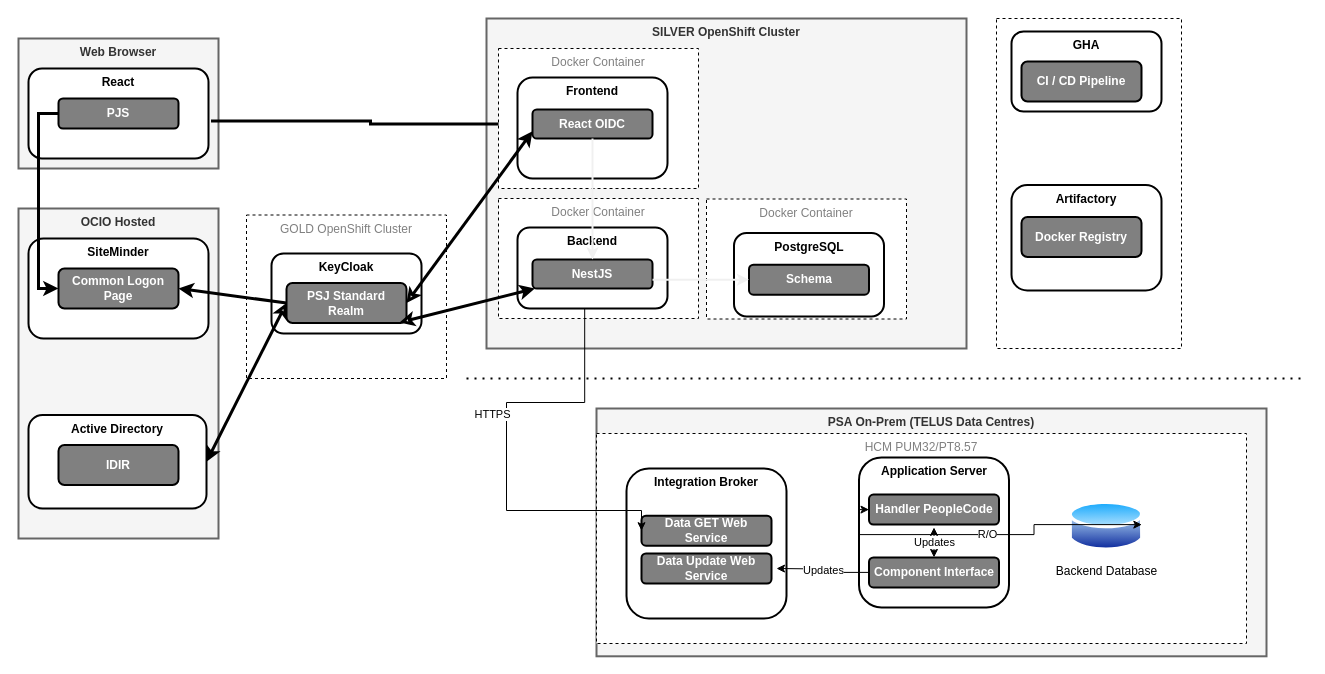
The draw.io diagram page "Current State (2023)" (1 of 7) of docs/architecture/architecture.drawio in bcgov/psa-job-store, before the edit. Source tidied: cells renumbered, new cells numbered last; positions are measured from the earlier drawing's top-left corner, leaving out a move shared by most shapes. Both pictures are drawn from the tidied source at 100%, with x=0, y=0 at pixel (18, 18).
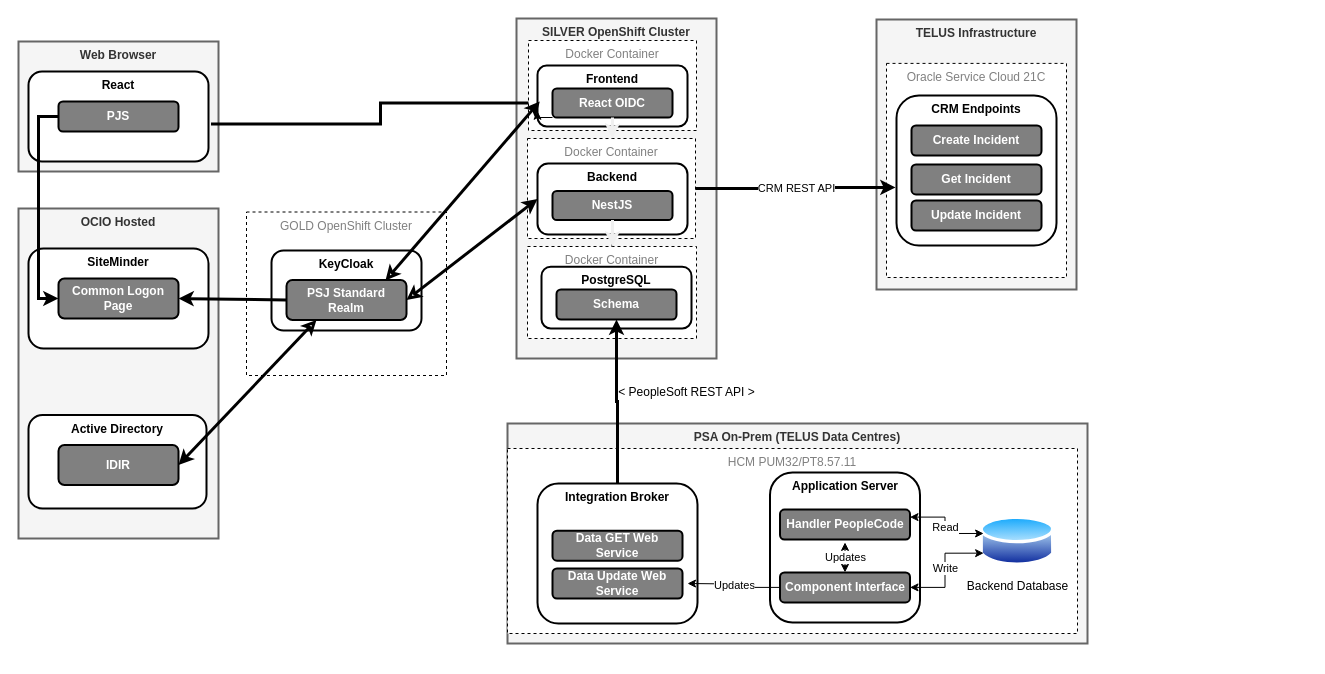
The same diagram, later.

The change refers to these unchanged cells:
```xml
<mxCell id="17" value="Active Directory" style="rounded=1;whiteSpace=wrap;html=1;strokeWidth=2;verticalAlign=top;fontStyle=1;" parent="1" vertex="1">
  <mxGeometry x="10" y="396.5" width="178" height="93.5" as="geometry" />
</mxCell>
<mxCell id="18" value="IDIR" style="rounded=1;whiteSpace=wrap;html=1;strokeWidth=2;fillColor=#808080;fontColor=#FFFFFF;fontStyle=1;" parent="1" vertex="1">
  <mxGeometry x="40" y="426.5" width="120" height="40" as="geometry" />
</mxCell>
```

The edit, as a diff of the source:
```diff
@@
-    <mxCell id="2" style="rounded=0;whiteSpace=wrap;html=1;strokeWidth=1;fillColor=#FFFFFF;fontColor=#808080;dashed=1;verticalAlign=top;" parent="1" vertex="1">
-      <mxGeometry x="978" width="185" height="330" as="geometry" />
-    </mxCell>
+    <mxCell id="51" value="TELUS Infrastructure" style="rounded=0;whiteSpace=wrap;html=1;verticalAlign=top;fillColor=#f5f5f5;strokeColor=#666666;fontColor=#333333;strokeWidth=2;fontStyle=1;" parent="1" vertex="1">
+      <mxGeometry x="858" y="1" width="200" height="270" as="geometry" />
+    </mxCell>
     <mxCell id="3" value="Web Browser" style="rounded=0;whiteSpace=wrap;html=1;verticalAlign=top;fillColor=#f5f5f5;strokeColor=#666666;fontColor=#333333;strokeWidth=2;fontStyle=1;" parent="1" vertex="1">
-      <mxGeometry y="20" width="200" height="130" as="geometry" />
+      <mxGeometry y="23" width="200" height="130" as="geometry" />
     </mxCell>
     <mxCell id="4" value="React" style="rounded=1;whiteSpace=wrap;html=1;strokeWidth=2;verticalAlign=top;fontStyle=1;" parent="1" vertex="1">
-      <mxGeometry x="10" y="50" width="180" height="90" as="geometry" />
+      <mxGeometry x="10" y="53" width="180" height="90" as="geometry" />
     </mxCell>
     <mxCell id="5" value="PJS" style="rounded=1;whiteSpace=wrap;html=1;strokeWidth=2;fillColor=#808080;fontColor=#FFFFFF;fontStyle=1;" parent="1" vertex="1">
-      <mxGeometry x="40" y="80" width="120" height="30" as="geometry" />
+      <mxGeometry x="40" y="83" width="120" height="30" as="geometry" />
     </mxCell>
@@
     <mxCell id="7" value="SiteMinder" style="rounded=1;whiteSpace=wrap;html=1;strokeWidth=2;verticalAlign=top;fontStyle=1;" parent="1" vertex="1">
-      <mxGeometry x="10" y="220" width="180" height="100" as="geometry" />
+      <mxGeometry x="10" y="230" width="180" height="100" as="geometry" />
     </mxCell>
     <mxCell id="8" value="Common Logon Page" style="rounded=1;whiteSpace=wrap;html=1;strokeWidth=2;fillColor=#808080;fontColor=#FFFFFF;fontStyle=1;" parent="1" vertex="1">
-      <mxGeometry x="40" y="250" width="120" height="40" as="geometry" />
+      <mxGeometry x="40" y="260" width="120" height="40" as="geometry" />
     </mxCell>
@@
     <mxCell id="10" value="SILVER OpenShift Cluster" style="rounded=0;whiteSpace=wrap;html=1;verticalAlign=top;fillColor=#f5f5f5;strokeColor=#666666;fontColor=#333333;strokeWidth=2;fontStyle=1;" parent="1" vertex="1">
-      <mxGeometry x="468" width="480" height="330" as="geometry" />
+      <mxGeometry x="498" width="200" height="340" as="geometry" />
     </mxCell>
@@
     <mxCell id="12" value="GOLD OpenShift Cluster" style="rounded=0;whiteSpace=wrap;html=1;strokeWidth=1;fillColor=#FFFFFF;fontColor=#808080;dashed=1;verticalAlign=top;" parent="1" vertex="1">
-      <mxGeometry x="228" y="196.5" width="200" height="163.5" as="geometry" />
+      <mxGeometry x="228" y="193.5" width="200" height="163.5" as="geometry" />
     </mxCell>
     <mxCell id="13" value="KeyCloak" style="rounded=1;whiteSpace=wrap;html=1;strokeWidth=2;verticalAlign=top;fontStyle=1;" parent="1" vertex="1">
-      <mxGeometry x="253" y="235" width="150" height="80" as="geometry" />
+      <mxGeometry x="253" y="232" width="150" height="80" as="geometry" />
     </mxCell>
@@
     <mxCell id="15" value="PSJ Standard&lt;br&gt;Realm" style="rounded=1;whiteSpace=wrap;html=1;strokeWidth=2;fillColor=#808080;fontColor=#FFFFFF;fontStyle=1;" parent="1" vertex="1">
-      <mxGeometry x="268" y="264.5" width="120" height="40" as="geometry" />
+      <mxGeometry x="268" y="261.5" width="120" height="40" as="geometry" />
     </mxCell>
     <mxCell id="16" value="Docker Container" style="rounded=0;whiteSpace=wrap;html=1;strokeWidth=1;fillColor=#FFFFFF;fontColor=#808080;dashed=1;verticalAlign=top;" parent="1" vertex="1">
-      <mxGeometry x="480" y="30" width="200" height="140" as="geometry" />
+      <mxGeometry x="510" y="22" width="168" height="90" as="geometry" />
     </mxCell>
@@
-    <mxCell id="19" style="rounded=0;jettySize=auto;html=1;startArrow=classic;startFill=1;endArrow=classic;endFill=0;fontColor=#FFFFFF;entryX=0;entryY=0.5;entryDx=0;entryDy=0;strokeWidth=3;exitX=1;exitY=0.5;exitDx=0;exitDy=0;" parent="1" edge="1" source="17" target="15">
+    <mxCell id="19" style="rounded=0;jettySize=auto;html=1;startArrow=classic;startFill=1;endArrow=classic;endFill=0;fontColor=#FFFFFF;entryX=0.25;entryY=1;entryDx=0;entryDy=0;strokeWidth=3;exitX=1;exitY=0.5;exitDx=0;exitDy=0;" parent="1" edge="1" source="18" target="15">
       <mxGeometry relative="1" as="geometry" />
     </mxCell>
-    <mxCell id="20" value="GHA" style="rounded=1;whiteSpace=wrap;html=1;strokeWidth=2;verticalAlign=top;fontStyle=1;" parent="1" vertex="1">
-      <mxGeometry x="993" y="13" width="150" height="80" as="geometry" />
-    </mxCell>
-    <mxCell id="21" value="CI / CD Pipeline" style="rounded=1;whiteSpace=wrap;html=1;strokeWidth=2;fillColor=#808080;fontColor=#FFFFFF;fontStyle=1;" parent="1" vertex="1">
-      <mxGeometry x="1003" y="43" width="120" height="40" as="geometry" />
-    </mxCell>
     <mxCell id="22" value="Frontend" style="rounded=1;whiteSpace=wrap;html=1;strokeWidth=2;verticalAlign=top;fontStyle=1;" parent="1" vertex="1">
-      <mxGeometry x="499" y="59" width="150" height="101" as="geometry" />
+      <mxGeometry x="519" y="47" width="150" height="61" as="geometry" />
     </mxCell>
+    <mxCell id="52" style="edgeStyle=orthogonalEdgeStyle;rounded=0;jettySize=auto;html=1;exitX=0;exitY=1;exitDx=0;exitDy=0;entryX=0;entryY=0.75;entryDx=0;entryDy=0;" parent="1" edge="1" source="23" target="22">
+      <mxGeometry relative="1" as="geometry" />
+    </mxCell>
     <mxCell id="23" value="React OIDC" style="rounded=1;whiteSpace=wrap;html=1;strokeWidth=2;fillColor=#808080;fontColor=#FFFFFF;fontStyle=1;" parent="1" vertex="1">
-      <mxGeometry x="514" y="91" width="120" height="29" as="geometry" />
+      <mxGeometry x="534" y="70" width="120" height="29" as="geometry" />
     </mxCell>
-    <mxCell id="24" style="rounded=0;jettySize=auto;html=1;startArrow=classic;startFill=none;endArrow=classic;endFill=0;fontColor=#FFFFFF;entryX=1;entryY=0.5;entryDx=0;entryDy=0;strokeWidth=3;exitX=0;exitY=0.75;exitDx=0;exitDy=0;" parent="1" edge="1" source="23" target="15">
+    <mxCell id="24" style="rounded=0;jettySize=auto;html=1;startArrow=classic;startFill=none;endArrow=classic;endFill=0;fontColor=#FFFFFF;entryX=0.825;entryY=0.013;entryDx=0;entryDy=0;strokeWidth=3;exitX=0.015;exitY=0.59;exitDx=0;exitDy=0;entryPerimeter=0;exitPerimeter=0;" parent="1" edge="1" source="22" target="15">
       <mxGeometry relative="1" as="geometry" />
     </mxCell>
-    <mxCell id="25" style="edgeStyle=orthogonalEdgeStyle;rounded=0;jettySize=auto;html=1;entryX=0.5;entryY=1;entryDx=0;entryDy=0;" parent="1" edge="1" target="28">
-      <mxGeometry relative="1" as="geometry">
-        <mxPoint x="789.5" y="209.5" as="sourcePoint" />
-      </mxGeometry>
-    </mxCell>
+    <mxCell id="53" style="edgeStyle=orthogonalEdgeStyle;rounded=0;jettySize=auto;html=1;" parent="1" edge="1" source="26" target="33">
+      <mxGeometry relative="1" as="geometry" />
+    </mxCell>
     <mxCell id="26" value="Docker Container" style="rounded=0;whiteSpace=wrap;html=1;strokeWidth=1;fillColor=#FFFFFF;fontColor=#808080;dashed=1;verticalAlign=top;" parent="1" vertex="1">
-      <mxGeometry x="688" y="180.5" width="200" height="120" as="geometry" />
+      <mxGeometry x="509" y="228" width="169" height="92" as="geometry" />
     </mxCell>
     <mxCell id="27" value="PostgreSQL" style="rounded=1;whiteSpace=wrap;html=1;strokeWidth=2;verticalAlign=top;fontStyle=1;" parent="1" vertex="1">
-      <mxGeometry x="715.5" y="214.5" width="150" height="83.5" as="geometry" />
+      <mxGeometry x="523" y="248.2" width="150" height="61.8" as="geometry" />
     </mxCell>
     <mxCell id="28" value="Schema" style="rounded=1;whiteSpace=wrap;html=1;strokeWidth=2;fillColor=#808080;fontColor=#FFFFFF;fontStyle=1;" parent="1" vertex="1">
-      <mxGeometry x="730.5" y="246.2" width="120" height="30" as="geometry" />
+      <mxGeometry x="538" y="271" width="120" height="30" as="geometry" />
     </mxCell>
-    <mxCell id="29" value="Artifactory" style="rounded=1;whiteSpace=wrap;html=1;strokeWidth=2;verticalAlign=top;fontStyle=1;" parent="1" vertex="1">
-      <mxGeometry x="993" y="166.5" width="150" height="105.5" as="geometry" />
-    </mxCell>
-    <mxCell id="30" value="Docker Registry" style="rounded=1;whiteSpace=wrap;html=1;strokeWidth=2;fillColor=#808080;fontColor=#FFFFFF;fontStyle=1;" parent="1" vertex="1">
-      <mxGeometry x="1003" y="198.5" width="120" height="40" as="geometry" />
-    </mxCell>
     <mxCell id="31" value="Docker Container" style="rounded=0;whiteSpace=wrap;html=1;strokeWidth=1;fillColor=#FFFFFF;fontColor=#808080;dashed=1;verticalAlign=top;" parent="1" vertex="1">
-      <mxGeometry x="480" y="180" width="200" height="120" as="geometry" />
+      <mxGeometry x="509" y="120" width="168" height="100" as="geometry" />
     </mxCell>
     <mxCell id="32" value="Backend" style="rounded=1;whiteSpace=wrap;html=1;strokeWidth=2;verticalAlign=top;fontStyle=1;" parent="1" vertex="1">
-      <mxGeometry x="499" y="209" width="150" height="81" as="geometry" />
+      <mxGeometry x="519" y="145" width="150" height="71" as="geometry" />
     </mxCell>
     <mxCell id="33" value="NestJS" style="rounded=1;whiteSpace=wrap;html=1;strokeWidth=2;fillColor=#808080;fontColor=#FFFFFF;fontStyle=1;" parent="1" vertex="1">
-      <mxGeometry x="514" y="241" width="120" height="29" as="geometry" />
+      <mxGeometry x="534" y="172.5" width="120" height="29" as="geometry" />
     </mxCell>
-    <mxCell id="34" style="rounded=0;jettySize=auto;html=1;exitX=1;exitY=0.7;exitDx=0;exitDy=0;entryX=0;entryY=0.5;entryDx=0;entryDy=0;strokeColor=#f0f0f0;exitPerimeter=0;strokeWidth=2;startArrow=none;startFill=0;" parent="1" edge="1" source="33" target="28">
+    <mxCell id="34" style="rounded=0;jettySize=auto;html=1;exitX=0.5;exitY=1;exitDx=0;exitDy=0;strokeColor=#f0f0f0;strokeWidth=3;startArrow=none;startFill=0;" parent="1" edge="1" source="33" target="26">
       <mxGeometry relative="1" as="geometry" />
     </mxCell>
     <mxCell id="35" value="PSA On-Prem (TELUS Data Centres)" style="rounded=0;whiteSpace=wrap;html=1;verticalAlign=top;fillColor=#f5f5f5;strokeColor=#666666;fontColor=#333333;strokeWidth=2;fontStyle=1;" parent="1" vertex="1">
-      <mxGeometry x="578" y="390" width="670" height="247.8" as="geometry" />
+      <mxGeometry x="489" y="405" width="580" height="220" as="geometry" />
     </mxCell>
-    <mxCell id="36" value="HCM&amp;nbsp;PUM32/PT8.57" style="rounded=0;whiteSpace=wrap;html=1;strokeWidth=1;fillColor=#FFFFFF;fontColor=#808080;dashed=1;verticalAlign=top;" parent="1" vertex="1">
-      <mxGeometry x="578" y="415" width="650" height="210" as="geometry" />
+    <mxCell id="36" value="HCM&amp;nbsp;PUM32/PT8.57.11" style="rounded=0;whiteSpace=wrap;html=1;strokeWidth=1;fillColor=#FFFFFF;fontColor=#808080;dashed=1;verticalAlign=top;" parent="1" vertex="1">
+      <mxGeometry x="489" y="430" width="570" height="185" as="geometry" />
     </mxCell>
     <mxCell id="37" value="Application Server" style="rounded=1;whiteSpace=wrap;html=1;strokeWidth=2;verticalAlign=top;fontStyle=1;" parent="1" vertex="1">
-      <mxGeometry x="840.5" y="438.9" width="150" height="150" as="geometry" />
+      <mxGeometry x="751.5" y="453.9" width="150" height="150" as="geometry" />
     </mxCell>
     <mxCell id="38" value="Backend Database" style="image;perimeter=ellipsePerimeter;html=1;align=center;shadow=0;dashed=0;spacingTop=3;image=img/lib/active_directory/database.svg;" parent="1" vertex="1">
-      <mxGeometry x="1050.5" y="480" width="75" height="55.5" as="geometry" />
+      <mxGeometry x="961.5" y="495" width="75" height="55.5" as="geometry" />
     </mxCell>
-    <mxCell id="39" style="rounded=0;jettySize=auto;html=1;exitX=0.5;exitY=1;exitDx=0;exitDy=0;entryX=0.5;entryY=0;entryDx=0;entryDy=0;strokeColor=#f0f0f0;strokeWidth=2;startArrow=none;startFill=0;" parent="1" edge="1" source="23" target="33">
+    <mxCell id="39" style="rounded=0;jettySize=auto;html=1;exitX=0.5;exitY=1;exitDx=0;exitDy=0;strokeColor=#f0f0f0;strokeWidth=3;startArrow=none;startFill=0;" parent="1" edge="1" source="23" target="31">
       <mxGeometry relative="1" as="geometry" />
     </mxCell>
     <mxCell id="40" value="Integration Broker" style="rounded=1;whiteSpace=wrap;html=1;strokeWidth=2;verticalAlign=top;fontStyle=1;" parent="1" vertex="1">
-      <mxGeometry x="608" y="450" width="160" height="150" as="geometry" />
+      <mxGeometry x="519" y="465" width="160" height="140" as="geometry" />
     </mxCell>
     <mxCell id="41" value="Handler PeopleCode" style="rounded=1;whiteSpace=wrap;html=1;strokeWidth=2;fillColor=#808080;fontColor=#FFFFFF;fontStyle=1;" parent="1" vertex="1">
-      <mxGeometry x="850.5" y="476.1" width="130" height="30" as="geometry" />
+      <mxGeometry x="761.5" y="491.1" width="130" height="30" as="geometry" />
     </mxCell>
     <mxCell id="42" value="Data GET Web Service" style="rounded=1;whiteSpace=wrap;html=1;strokeWidth=2;fillColor=#808080;fontColor=#FFFFFF;fontStyle=1;" parent="1" vertex="1">
-      <mxGeometry x="623" y="497.2" width="130" height="30" as="geometry" />
+      <mxGeometry x="534" y="512.2" width="130" height="30" as="geometry" />
     </mxCell>
-    <mxCell id="43" value="HTTPS" style="endArrow=classic;html=1;rounded=0;entryX=0;entryY=0.5;entryDx=0;entryDy=0;exitX=0.448;exitY=1.003;exitDx=0;exitDy=0;exitPerimeter=0;edgeStyle=orthogonalEdgeStyle;" parent="1" edge="1" source="32" target="42">
-      <mxGeometry x="-0.16" y="-14" relative="1" as="geometry">
-        <Array as="points">
-          <mxPoint x="566" y="384" />
-          <mxPoint x="488" y="384" />
-          <mxPoint x="488" y="492" />
-          <mxPoint x="623" y="492" />
-        </Array>
-        <mxPoint y="1" as="offset" />
-      </mxGeometry>
-    </mxCell>
     <mxCell id="44" value="Data Update Web Service" style="rounded=1;whiteSpace=wrap;html=1;strokeWidth=2;fillColor=#808080;fontColor=#FFFFFF;fontStyle=1;" parent="1" vertex="1">
-      <mxGeometry x="623" y="535" width="130" height="30" as="geometry" />
+      <mxGeometry x="534" y="550" width="130" height="30" as="geometry" />
     </mxCell>
     <mxCell id="45" value="Updates" style="edgeStyle=orthogonalEdgeStyle;rounded=0;jettySize=auto;html=1;" parent="1" edge="1" source="46">
       <mxGeometry relative="1" as="geometry">
-        <mxPoint x="758" y="550" as="targetPoint" />
+        <mxPoint x="669" y="565" as="targetPoint" />
       </mxGeometry>
     </mxCell>
     <mxCell id="46" value="Component Interface" style="rounded=1;whiteSpace=wrap;html=1;strokeWidth=2;fillColor=#808080;fontColor=#FFFFFF;fontStyle=1;" parent="1" vertex="1">
-      <mxGeometry x="850.5" y="538.9" width="130" height="30" as="geometry" />
+      <mxGeometry x="761.5" y="553.9" width="130" height="30" as="geometry" />
     </mxCell>
-    <mxCell id="47" value="R/O" style="endArrow=classic;startArrow=classic;html=1;rounded=0;entryX=0;entryY=0.5;entryDx=0;entryDy=0;exitX=0.971;exitY=0.471;exitDx=0;exitDy=0;exitPerimeter=0;edgeStyle=orthogonalEdgeStyle;" parent="1" edge="1" source="38" target="41">
+    <mxCell id="47" value="Read" style="endArrow=classic;startArrow=classic;html=1;rounded=0;entryX=1;entryY=0.25;entryDx=0;entryDy=0;exitX=0.048;exitY=0.36;exitDx=0;exitDy=0;edgeStyle=orthogonalEdgeStyle;exitPerimeter=0;" parent="1" edge="1" source="38" target="41">
       <mxGeometry relative="1" as="geometry" />
     </mxCell>
     <mxCell id="48" value="Updates" style="endArrow=classic;startArrow=classic;html=1;rounded=0;exitX=0.5;exitY=0;exitDx=0;exitDy=0;" parent="1" edge="1" source="46">
       <mxGeometry relative="1" as="geometry">
-        <mxPoint x="915.5" y="508.9" as="targetPoint" />
+        <mxPoint x="826.5" y="523.9" as="targetPoint" />
       </mxGeometry>
     </mxCell>
-    <mxCell id="49" style="rounded=0;jettySize=auto;html=1;startArrow=classic;startFill=none;endArrow=classic;endFill=0;fontColor=#FFFFFF;entryX=0.942;entryY=0.988;entryDx=0;entryDy=0;strokeWidth=3;entryPerimeter=0;" parent="1" edge="1" source="33" target="15">
+    <mxCell id="49" style="rounded=0;jettySize=auto;html=1;startArrow=classic;startFill=none;endArrow=classic;endFill=0;fontColor=#FFFFFF;entryX=1;entryY=0.5;entryDx=0;entryDy=0;strokeWidth=3;exitX=0;exitY=0.5;exitDx=0;exitDy=0;" parent="1" edge="1" source="32" target="15">
       <mxGeometry relative="1" as="geometry" />
     </mxCell>
-    <mxCell id="50" style="endArrow=none;dashed=1;html=1;dashPattern=1 3;strokeWidth=2;rounded=0;" parent="1" edge="1">
-      <mxGeometry relative="1" as="geometry">
-        <mxPoint x="448" y="360" as="sourcePoint" />
-        <mxPoint x="1288" y="360" as="targetPoint" />
-      </mxGeometry>
-    </mxCell>
+    <mxCell id="54" style="edgeStyle=orthogonalEdgeStyle;rounded=0;jettySize=auto;html=1;strokeWidth=3;exitX=0.5;exitY=0;exitDx=0;exitDy=0;" parent="1" edge="1" source="40" target="28">
+      <mxGeometry relative="1" as="geometry" />
+    </mxCell>
+    <mxCell id="55" value="&lt;font style=&quot;font-size: 12px; font-weight: normal;&quot;&gt;&amp;lt; PeopleSoft REST API &amp;gt;&lt;/font&gt;" style="text;strokeColor=none;fillColor=none;html=1;fontSize=24;fontStyle=1;verticalAlign=middle;align=center;" parent="1" vertex="1">
+      <mxGeometry x="618" y="350" width="100" height="40" as="geometry" />
+    </mxCell>
+    <mxCell id="56" value="Write" style="endArrow=classic;startArrow=classic;html=1;rounded=0;entryX=1;entryY=0.5;entryDx=0;entryDy=0;exitX=0;exitY=0.75;exitDx=0;exitDy=0;edgeStyle=orthogonalEdgeStyle;" parent="1" edge="1" source="38" target="46">
+      <mxGeometry relative="1" as="geometry" />
+    </mxCell>
+    <mxCell id="57" value="Oracle Service Cloud 21C" style="rounded=0;whiteSpace=wrap;html=1;strokeWidth=1;fillColor=#FFFFFF;fontColor=#808080;dashed=1;verticalAlign=top;" parent="1" vertex="1">
+      <mxGeometry x="868" y="44.9" width="180" height="214.1" as="geometry" />
+    </mxCell>
+    <mxCell id="58" value="CRM Endpoints" style="rounded=1;whiteSpace=wrap;html=1;strokeWidth=2;verticalAlign=top;fontStyle=1;" parent="1" vertex="1">
+      <mxGeometry x="878" y="77" width="160" height="150" as="geometry" />
+    </mxCell>
+    <mxCell id="59" value="CRM REST API" style="edgeStyle=orthogonalEdgeStyle;rounded=0;jettySize=auto;html=1;strokeWidth=3;exitX=1;exitY=0.5;exitDx=0;exitDy=0;entryX=-0.006;entryY=0.613;entryDx=0;entryDy=0;entryPerimeter=0;" parent="1" edge="1" source="31" target="58">
+      <mxGeometry relative="1" as="geometry" />
+    </mxCell>
+    <mxCell id="60" value="Create Incident" style="rounded=1;whiteSpace=wrap;html=1;strokeWidth=2;fillColor=#808080;fontColor=#FFFFFF;fontStyle=1;" parent="1" vertex="1">
+      <mxGeometry x="893" y="107" width="130" height="30" as="geometry" />
+    </mxCell>
+    <mxCell id="61" value="Get Incident" style="rounded=1;whiteSpace=wrap;html=1;strokeWidth=2;fillColor=#808080;fontColor=#FFFFFF;fontStyle=1;" parent="1" vertex="1">
+      <mxGeometry x="893" y="145.9" width="130" height="30" as="geometry" />
+    </mxCell>
+    <mxCell id="62" value="Update Incident" style="rounded=1;whiteSpace=wrap;html=1;strokeWidth=2;fillColor=#808080;fontColor=#FFFFFF;fontStyle=1;" parent="1" vertex="1">
+      <mxGeometry x="893" y="182" width="130" height="30" as="geometry" />
+    </mxCell>
```
